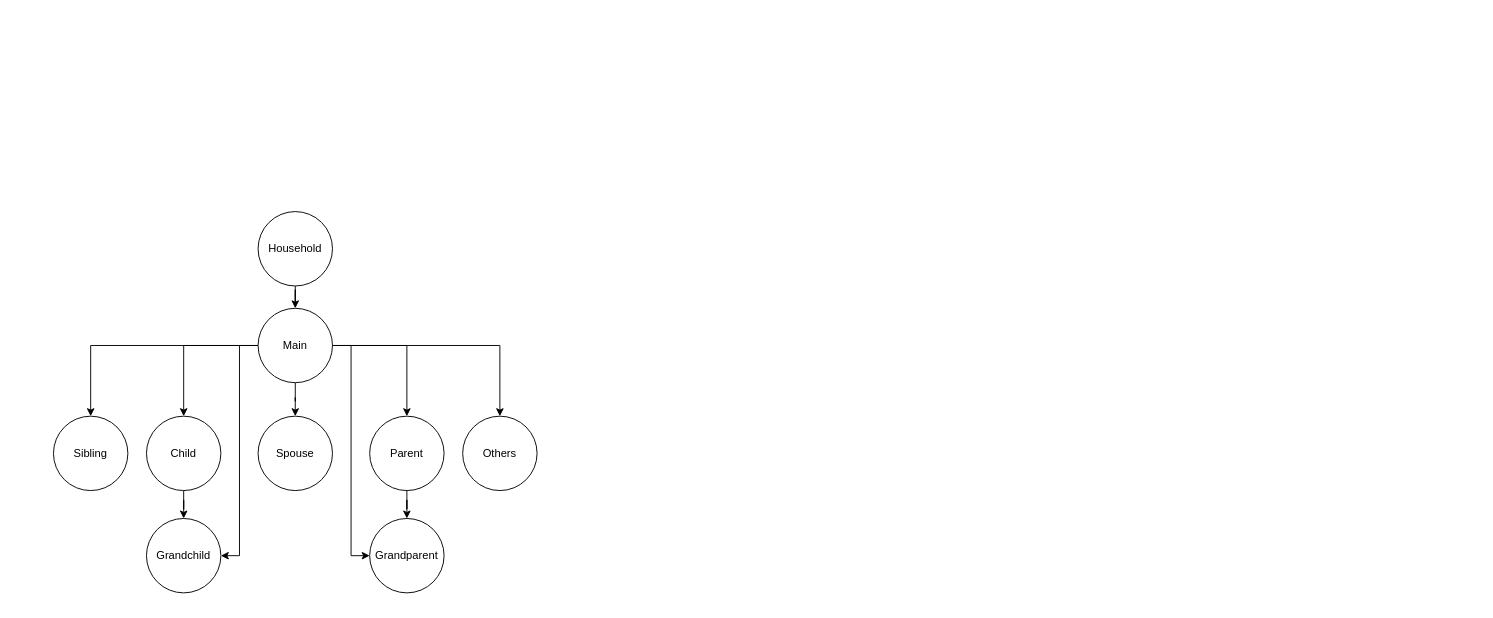
This is PopSynthesis/Methods/CSP/CSP_tree.drawio from bobkatla/PopSyn_Monash, a draw.io file, before an edit. Source tidied: cells renumbered, new cells numbered last; positions are measured from the earlier drawing's top-left corner, leaving out a move shared by most shapes. Both pictures are drawn from the tidied source at 93%, with x=0, y=0 at pixel (53, 211).
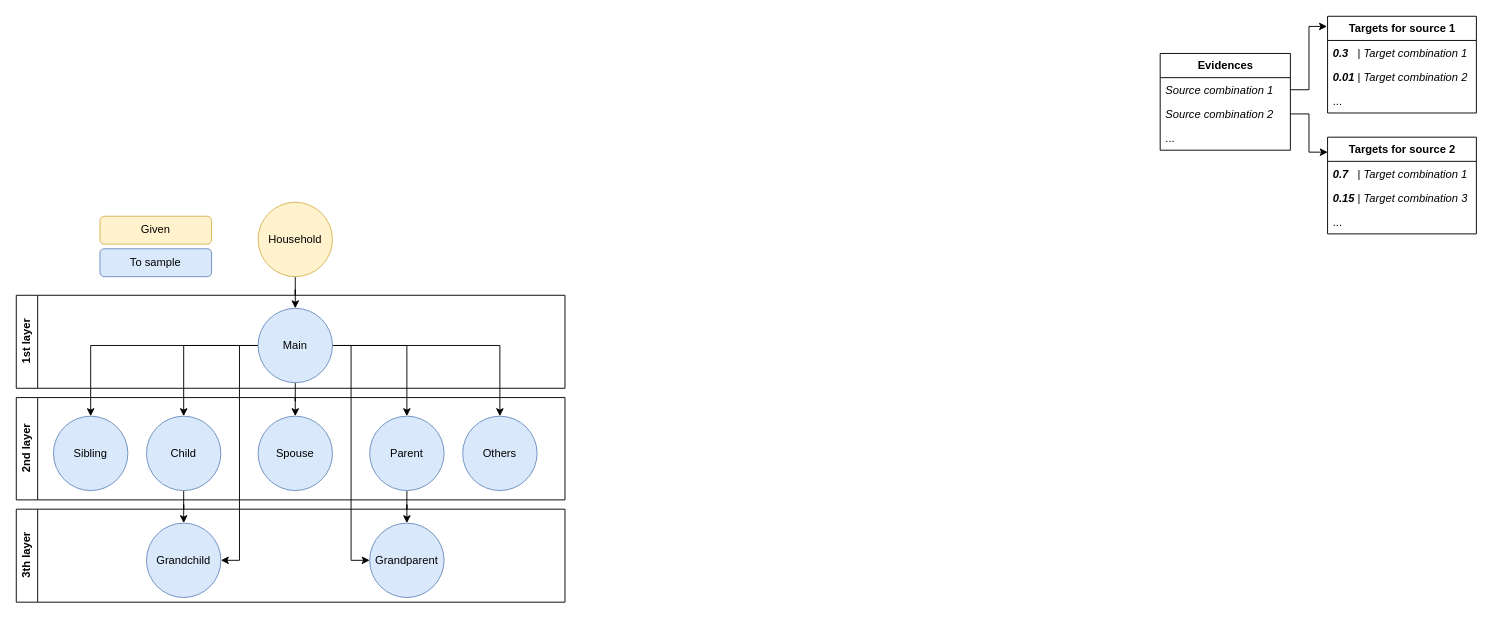
Above is the later version.

What changed in the source:
```diff
@@
-    <mxCell id="3" value="Household" style="ellipse;whiteSpace=wrap;html=1;" parent="1" vertex="1">
-      <mxGeometry x="220" width="80" height="80" as="geometry" />
+    <mxCell id="3" value="Household" style="ellipse;whiteSpace=wrap;html=1;fillColor=#fff2cc;strokeColor=#d6b656;" parent="1" vertex="1">
+      <mxGeometry x="220" y="-10" width="80" height="80" as="geometry" />
     </mxCell>
@@
-    <mxCell id="11" value="Main" style="ellipse;whiteSpace=wrap;html=1;" parent="1" vertex="1">
+    <mxCell id="11" value="Main" style="ellipse;whiteSpace=wrap;html=1;fillColor=#dae8fc;strokeColor=#6c8ebf;" parent="1" vertex="1">
       <mxGeometry x="220" y="104" width="80" height="80" as="geometry" />
     </mxCell>
-    <mxCell id="12" value="Sibling" style="ellipse;whiteSpace=wrap;html=1;" parent="1" vertex="1">
+    <mxCell id="12" value="Sibling" style="ellipse;whiteSpace=wrap;html=1;fillColor=#dae8fc;strokeColor=#6c8ebf;" parent="1" vertex="1">
       <mxGeometry y="220" width="80" height="80" as="geometry" />
     </mxCell>
-    <mxCell id="13" value="Others" style="ellipse;whiteSpace=wrap;html=1;" parent="1" vertex="1">
+    <mxCell id="13" value="Others" style="ellipse;whiteSpace=wrap;html=1;fillColor=#dae8fc;strokeColor=#6c8ebf;" parent="1" vertex="1">
       <mxGeometry x="440" y="220" width="80" height="80" as="geometry" />
     </mxCell>
@@
-    <mxCell id="15" value="Child" style="ellipse;whiteSpace=wrap;html=1;" parent="1" vertex="1">
+    <mxCell id="15" value="Child" style="ellipse;whiteSpace=wrap;html=1;fillColor=#dae8fc;strokeColor=#6c8ebf;" parent="1" vertex="1">
       <mxGeometry x="100" y="220" width="80" height="80" as="geometry" />
     </mxCell>
-    <mxCell id="16" value="Spouse" style="ellipse;whiteSpace=wrap;html=1;" parent="1" vertex="1">
+    <mxCell id="16" value="Spouse" style="ellipse;whiteSpace=wrap;html=1;fillColor=#dae8fc;strokeColor=#6c8ebf;" parent="1" vertex="1">
       <mxGeometry x="220" y="220" width="80" height="80" as="geometry" />
     </mxCell>
@@
-    <mxCell id="18" value="Parent" style="ellipse;whiteSpace=wrap;html=1;" parent="1" vertex="1">
+    <mxCell id="18" value="Parent" style="ellipse;whiteSpace=wrap;html=1;fillColor=#dae8fc;strokeColor=#6c8ebf;" parent="1" vertex="1">
       <mxGeometry x="340" y="220" width="80" height="80" as="geometry" />
     </mxCell>
+    <mxCell id="21" value="&lt;b&gt;Evidences&lt;/b&gt;" style="swimlane;fontStyle=0;horizontal=1;startSize=26;fillColor=none;html=1;" parent="1" vertex="1">
+      <mxGeometry x="1190" y="-170" width="140" height="104" as="geometry" />
+    </mxCell>
+    <mxCell id="22" value="&lt;i&gt;Source combination 1&lt;/i&gt;" style="text;strokeColor=none;fillColor=none;align=left;verticalAlign=top;spacingLeft=4;spacingRight=4;overflow=hidden;points=[[0,0.5],[1,0.5]];portConstraint=eastwest;whiteSpace=wrap;html=1;" parent="21" vertex="1">
+      <mxGeometry y="26" width="140" height="26" as="geometry" />
+    </mxCell>
+    <mxCell id="23" value="&lt;i&gt;Source combination 2&lt;/i&gt;" style="text;strokeColor=none;fillColor=none;align=left;verticalAlign=top;spacingLeft=4;spacingRight=4;overflow=hidden;points=[[0,0.5],[1,0.5]];portConstraint=eastwest;whiteSpace=wrap;html=1;" parent="21" vertex="1">
+      <mxGeometry y="52" width="140" height="26" as="geometry" />
+    </mxCell>
+    <mxCell id="24" value="..." style="text;strokeColor=none;fillColor=none;align=left;verticalAlign=top;spacingLeft=4;spacingRight=4;overflow=hidden;whiteSpace=wrap;html=1;" parent="21" vertex="1">
+      <mxGeometry y="78" width="140" height="26" as="geometry" />
+    </mxCell>
+    <mxCell id="25" value="&lt;b&gt;Targets for source 1&lt;/b&gt;" style="swimlane;fontStyle=0;horizontal=1;startSize=26;fillColor=none;html=1;" parent="1" vertex="1">
+      <mxGeometry x="1370" y="-210" width="160" height="104" as="geometry" />
+    </mxCell>
+    <mxCell id="26" value="&lt;b&gt;&lt;i&gt;0.3&lt;/i&gt;&lt;/b&gt;&amp;nbsp; &amp;nbsp;| &lt;i&gt;Target combination 1&lt;/i&gt;" style="text;strokeColor=none;fillColor=none;align=left;verticalAlign=top;spacingLeft=4;spacingRight=4;overflow=hidden;whiteSpace=wrap;html=1;" parent="25" vertex="1">
+      <mxGeometry y="26" width="160" height="26" as="geometry" />
+    </mxCell>
+    <mxCell id="27" value="&lt;b&gt;&lt;i&gt;0.01&lt;/i&gt;&lt;/b&gt;&amp;nbsp;| &lt;i&gt;Target combination 2&lt;/i&gt;" style="text;strokeColor=none;fillColor=none;align=left;verticalAlign=top;spacingLeft=4;spacingRight=4;overflow=hidden;whiteSpace=wrap;html=1;" parent="25" vertex="1">
+      <mxGeometry y="52" width="160" height="26" as="geometry" />
+    </mxCell>
+    <mxCell id="28" value="..." style="text;strokeColor=none;fillColor=none;align=left;verticalAlign=top;spacingLeft=4;spacingRight=4;overflow=hidden;whiteSpace=wrap;html=1;" parent="25" vertex="1">
+      <mxGeometry y="78" width="160" height="26" as="geometry" />
+    </mxCell>
+    <mxCell id="29" value="&lt;b&gt;Targets for source 2&lt;/b&gt;" style="swimlane;fontStyle=0;horizontal=1;startSize=26;fillColor=none;html=1;" parent="1" vertex="1">
+      <mxGeometry x="1370" y="-80" width="160" height="104" as="geometry" />
+    </mxCell>
+    <mxCell id="30" value="&lt;b&gt;&lt;i&gt;0.7&lt;/i&gt;&lt;/b&gt;&amp;nbsp; &amp;nbsp;| &lt;i&gt;Target combination 1&lt;/i&gt;" style="text;strokeColor=none;fillColor=none;align=left;verticalAlign=top;spacingLeft=4;spacingRight=4;overflow=hidden;whiteSpace=wrap;html=1;" parent="29" vertex="1">
+      <mxGeometry y="26" width="160" height="26" as="geometry" />
+    </mxCell>
+    <mxCell id="31" value="&lt;b&gt;&lt;i&gt;0.15&lt;/i&gt;&lt;/b&gt;&amp;nbsp;| &lt;i&gt;Target combination 3&lt;/i&gt;" style="text;strokeColor=none;fillColor=none;align=left;verticalAlign=top;spacingLeft=4;spacingRight=4;overflow=hidden;whiteSpace=wrap;html=1;" parent="29" vertex="1">
+      <mxGeometry y="52" width="160" height="26" as="geometry" />
+    </mxCell>
+    <mxCell id="32" value="..." style="text;strokeColor=none;fillColor=none;align=left;verticalAlign=top;spacingLeft=4;spacingRight=4;overflow=hidden;whiteSpace=wrap;html=1;" parent="29" vertex="1">
+      <mxGeometry y="78" width="160" height="26" as="geometry" />
+    </mxCell>
+    <mxCell id="33" style="edgeStyle=orthogonalEdgeStyle;rounded=0;jettySize=auto;html=1;exitX=1;exitY=0.5;exitDx=0;exitDy=0;entryX=-0.004;entryY=0.105;entryDx=0;entryDy=0;entryPerimeter=0;" parent="1" edge="1" source="22" target="25">
+      <mxGeometry relative="1" as="geometry" />
+    </mxCell>
+    <mxCell id="34" style="edgeStyle=orthogonalEdgeStyle;rounded=0;jettySize=auto;html=1;entryX=0.001;entryY=0.155;entryDx=0;entryDy=0;entryPerimeter=0;" parent="1" edge="1" source="23" target="29">
+      <mxGeometry relative="1" as="geometry" />
+    </mxCell>
+    <mxCell id="35" value="Given" style="rounded=1;whiteSpace=wrap;html=1;fillColor=#fff2cc;strokeColor=#d6b656;" parent="1" vertex="1">
+      <mxGeometry x="50" y="5" width="120" height="30" as="geometry" />
+    </mxCell>
+    <mxCell id="36" value="To sample" style="rounded=1;whiteSpace=wrap;html=1;fillColor=#dae8fc;strokeColor=#6c8ebf;" parent="1" vertex="1">
+      <mxGeometry x="50" y="40" width="120" height="30" as="geometry" />
+    </mxCell>
+    <mxCell id="37" value="1st layer" style="swimlane;horizontal=0;whiteSpace=wrap;html=1;" parent="1" vertex="1">
+      <mxGeometry x="-40" y="90" width="590" height="100" as="geometry" />
+    </mxCell>
+    <mxCell id="38" value="2nd layer" style="swimlane;horizontal=0;whiteSpace=wrap;html=1;" parent="1" vertex="1">
+      <mxGeometry x="-40" y="200" width="590" height="110" as="geometry" />
+    </mxCell>
+    <mxCell id="39" value="3th layer" style="swimlane;horizontal=0;whiteSpace=wrap;html=1;" parent="1" vertex="1">
+      <mxGeometry x="-40" y="320" width="590" height="100" as="geometry" />
+    </mxCell>
+    <mxCell id="20" value="Grandparent" style="ellipse;whiteSpace=wrap;html=1;fillColor=#dae8fc;strokeColor=#6c8ebf;" parent="39" vertex="1">
+      <mxGeometry x="380" y="15" width="80" height="80" as="geometry" />
+    </mxCell>
-    <mxCell id="19" value="Grandchild" style="ellipse;whiteSpace=wrap;html=1;" parent="1" vertex="1">
-      <mxGeometry x="100" y="330" width="80" height="80" as="geometry" />
+    <mxCell id="19" value="Grandchild" style="ellipse;whiteSpace=wrap;html=1;fillColor=#dae8fc;strokeColor=#6c8ebf;" parent="39" vertex="1">
+      <mxGeometry x="140" y="15" width="80" height="80" as="geometry" />
     </mxCell>
-    <mxCell id="20" value="Grandparent" style="ellipse;whiteSpace=wrap;html=1;" parent="1" vertex="1">
-      <mxGeometry x="340" y="330" width="80" height="80" as="geometry" />
-    </mxCell>
```
